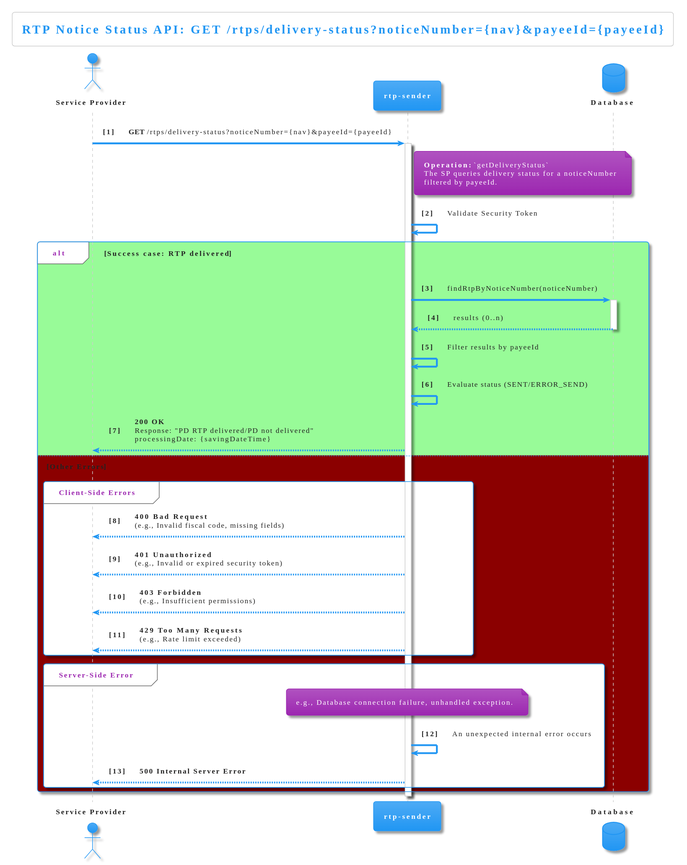
The PlantUML diagram diagrams/get-delivery-status.svg in pagopa/rtp-docs, before a commit.
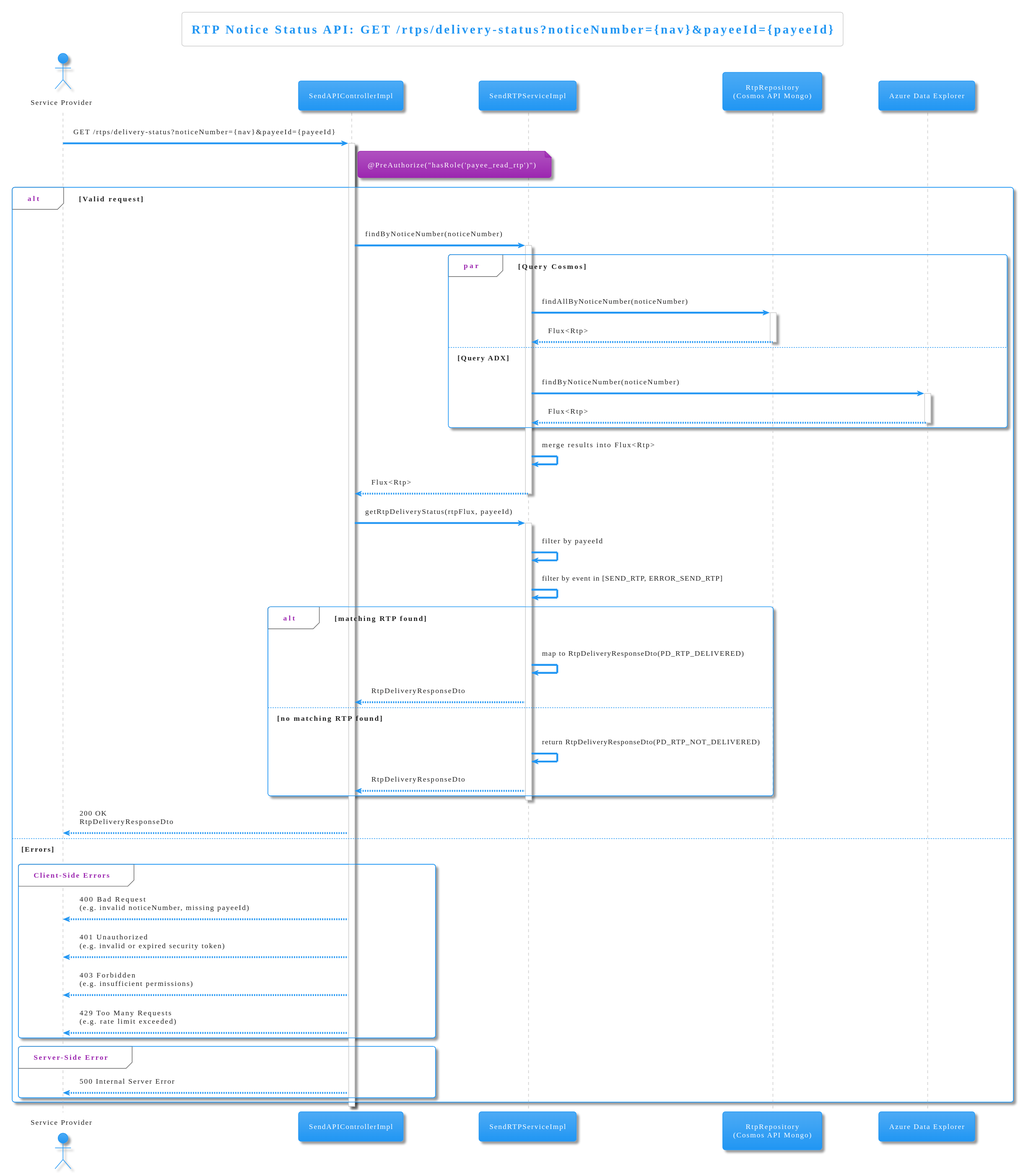
The same file after the commit.

Change to the diagram source:
```diff
@@ -1,54 +1,69 @@
 @startuml
-
 !theme materia
 
 title RTP Notice Status API: GET /rtps/delivery-status?noticeNumber={nav}&payeeId={payeeId}
 
-actor "**Service Provider**" as SP
-participant "**rtp-sender**" as RS
-database "**Database**" as DB
+actor "Service Provider" as Client
+participant "SendAPIControllerImpl" as Controller
+participant "SendRTPServiceImpl" as Service
+participant "RtpRepository\n(Cosmos API Mongo)" as Repository
+participant "Azure Data Explorer" as ADX
 
-autonumber "<b>[0]"
+Client -> Controller : GET /rtps/delivery-status?noticeNumber={nav}&payeeId={payeeId}
+activate Controller
+note right of Controller : @PreAuthorize("hasRole('payee_read_rtp')")
 
-SP -> RS: **GET** /rtps/delivery-status?noticeNumber={nav}&payeeId={payeeId}
-activate RS
+alt Valid request
 
-note right of RS
-  **Operation:** `getDeliveryStatus`
-  The SP queries delivery status for a noticeNumber
-  filtered by payeeId.
-end note
+    Controller -> Service : findByNoticeNumber(noticeNumber)
+    activate Service
 
-RS -> RS: Validate Security Token
+    par Query Cosmos
+        Service -> Repository : findAllByNoticeNumber(noticeNumber)
+        activate Repository
+        Repository --> Service : Flux<Rtp>
+        deactivate Repository
+    else Query ADX
+        Service -> ADX : findByNoticeNumber(noticeNumber)
+        activate ADX
+        ADX --> Service : Flux<Rtp>
+        deactivate ADX
+    end
 
-alt #palegreen **Success case: RTP delivered**
+    Service -> Service : merge results into Flux<Rtp>
+    Service --> Controller : Flux<Rtp>
+    deactivate Service
 
-    RS -> DB: findRtpByNoticeNumber(noticeNumber)
-    activate DB
-    DB --> RS: results (0..n)
-    deactivate DB
+    Controller -> Service : getRtpDeliveryStatus(rtpFlux, payeeId)
+    activate Service
+    Service -> Service : filter by payeeId
+    Service -> Service : filter by event in [SEND_RTP, ERROR_SEND_RTP]
 
-    RS -> RS: Filter results by payeeId
-    RS -> RS: Evaluate status (SENT/ERROR_SEND)
+    alt matching RTP found
+        Service -> Service : map to RtpDeliveryResponseDto(PD_RTP_DELIVERED)
+        Service --> Controller : RtpDeliveryResponseDto
+    else no matching RTP found
+        Service -> Service : return RtpDeliveryResponseDto(PD_RTP_NOT_DELIVERED)
+        Service --> Controller : RtpDeliveryResponseDto
+    end
 
-    RS --> SP: **200 OK**\nResponse: "PD RTP delivered/PD not delivered"\nprocessingDate: {savingDateTime}
+    deactivate Service
+    Controller --> Client : 200 OK\nRtpDeliveryResponseDto
 
-else #darkred **Other Errors**
+else Errors
 
     group Client-Side Errors
-        RS --> SP: **400 Bad Request**\n(e.g., Invalid fiscal code, missing fields)
-        RS --> SP: **401 Unauthorized**\n(e.g., Invalid or expired security token)
-        RS --> SP: **403 Forbidden**\n(e.g., Insufficient permissions)
-        RS --> SP: **429 Too Many Requests**\n(e.g., Rate limit exceeded)
+        Controller --> Client : 400 Bad Request\n(e.g. invalid noticeNumber, missing payeeId)
+        Controller --> Client : 401 Unauthorized\n(e.g. invalid or expired security token)
+        Controller --> Client : 403 Forbidden\n(e.g. insufficient permissions)
+        Controller --> Client : 429 Too Many Requests\n(e.g. rate limit exceeded)
     end group
 
     group Server-Side Error
-         note over RS: e.g., Database connection failure, unhandled exception.
-         RS -> RS: An unexpected internal error occurs
-         RS --> SP: **500 Internal Server Error**
+        Controller --> Client : 500 Internal Server Error
     end group
 
 end
 
-deactivate RS
+deactivate Controller
 @enduml
```
